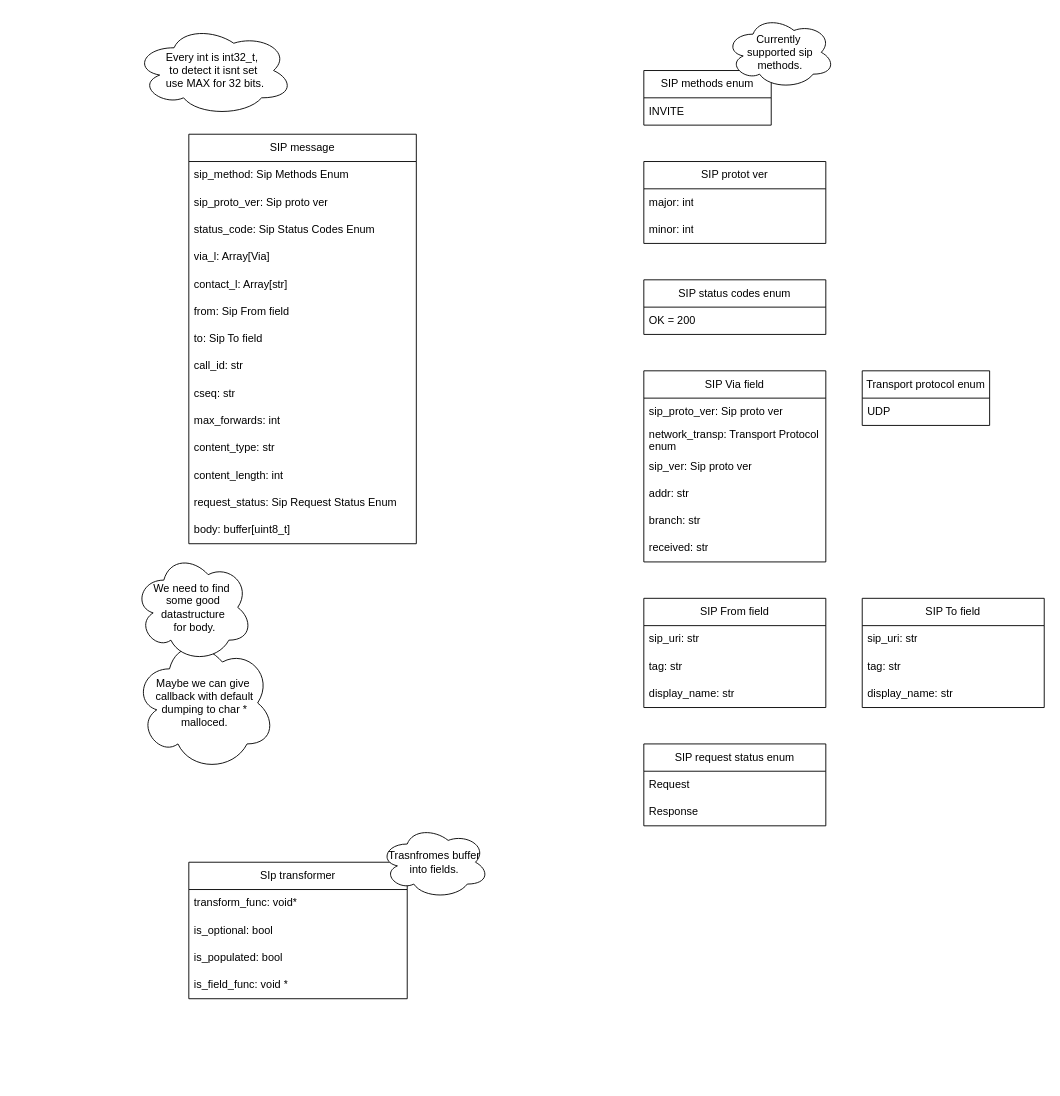
Above: page "Data structures" (1 of 2) of docs/architecture.drawio in KubaTaba1uga/c_minilib_sip_codec (draw.io), before the change. Source tidied: cells renumbered, new cells numbered last; positions are measured from the earlier drawing's top-left corner, leaving out a move shared by most shapes. Both pictures are drawn from the tidied source at 91%, with x=0, y=0 at pixel (134, 15).
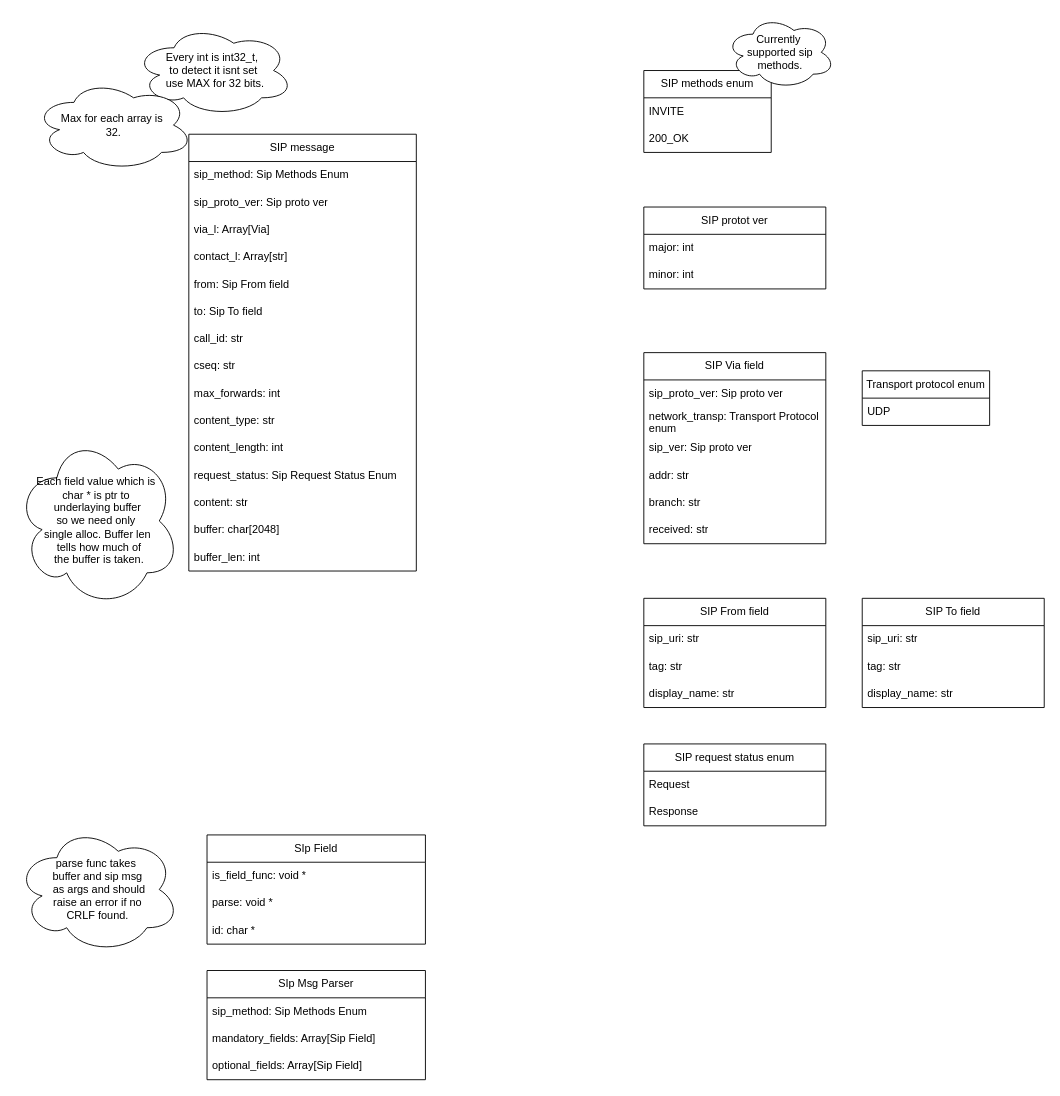
After the change.

Unchanged cells that the change refers to:
```xml
<mxCell id="32" style="group;" parent="1" vertex="1">
  <mxGeometry x="560" width="210" height="120" as="geometry" />
</mxCell>
```

What changed in the source:
```diff
@@
-    <mxCell id="2" value="Maybe we can give&amp;nbsp;&lt;div&gt;callback with default dumping to char *&lt;br&gt;malloced.&lt;/div&gt;" style="ellipse;shape=cloud;whiteSpace=wrap;html=1;" parent="1" vertex="1">
-      <mxGeometry y="680" width="155" height="150" as="geometry" />
-    </mxCell>
     <mxCell id="3" value="SIP message" style="swimlane;fontStyle=0;horizontal=1;startSize=30;whiteSpace=wrap;html=1;" parent="1" vertex="1">
-      <mxGeometry x="60" y="130" width="250" height="450" as="geometry" />
+      <mxGeometry x="60" y="130" width="250" height="480" as="geometry" />
     </mxCell>
@@
-    <mxCell id="6" value="status_code: Sip Status Codes Enum" style="text;strokeColor=none;fillColor=none;align=left;verticalAlign=middle;spacingLeft=4;spacingRight=4;overflow=hidden;whiteSpace=wrap;html=1;" parent="3" vertex="1">
-      <mxGeometry y="90" width="250" height="30" as="geometry" />
-    </mxCell>
     <mxCell id="7" value="via_l: Array[Via]" style="text;strokeColor=none;fillColor=none;align=left;verticalAlign=middle;spacingLeft=4;spacingRight=4;overflow=hidden;whiteSpace=wrap;html=1;" parent="3" vertex="1">
-      <mxGeometry y="120" width="250" height="30" as="geometry" />
+      <mxGeometry y="90" width="250" height="30" as="geometry" />
     </mxCell>
     <mxCell id="8" value="contact_l: Array[str]" style="text;strokeColor=none;fillColor=none;align=left;verticalAlign=middle;spacingLeft=4;spacingRight=4;overflow=hidden;whiteSpace=wrap;html=1;" parent="3" vertex="1">
-      <mxGeometry y="150" width="250" height="30" as="geometry" />
+      <mxGeometry y="120" width="250" height="30" as="geometry" />
     </mxCell>
     <mxCell id="9" value="from: Sip From field" style="text;strokeColor=none;fillColor=none;align=left;verticalAlign=middle;spacingLeft=4;spacingRight=4;overflow=hidden;whiteSpace=wrap;html=1;" parent="3" vertex="1">
-      <mxGeometry y="180" width="250" height="30" as="geometry" />
+      <mxGeometry y="150" width="250" height="30" as="geometry" />
     </mxCell>
     <mxCell id="10" value="to: Sip To field" style="text;strokeColor=none;fillColor=none;align=left;verticalAlign=middle;spacingLeft=4;spacingRight=4;overflow=hidden;whiteSpace=wrap;html=1;" parent="3" vertex="1">
-      <mxGeometry y="210" width="250" height="30" as="geometry" />
+      <mxGeometry y="180" width="250" height="30" as="geometry" />
     </mxCell>
     <mxCell id="11" value="call_id: str" style="text;strokeColor=none;fillColor=none;align=left;verticalAlign=middle;spacingLeft=4;spacingRight=4;overflow=hidden;whiteSpace=wrap;html=1;" parent="3" vertex="1">
-      <mxGeometry y="240" width="250" height="30" as="geometry" />
+      <mxGeometry y="210" width="250" height="30" as="geometry" />
     </mxCell>
     <mxCell id="12" value="cseq: str" style="text;strokeColor=none;fillColor=none;align=left;verticalAlign=middle;spacingLeft=4;spacingRight=4;overflow=hidden;whiteSpace=wrap;html=1;" parent="3" vertex="1">
-      <mxGeometry y="270" width="250" height="30" as="geometry" />
+      <mxGeometry y="240" width="250" height="30" as="geometry" />
     </mxCell>
     <mxCell id="13" value="max_forwards: int" style="text;strokeColor=none;fillColor=none;align=left;verticalAlign=middle;spacingLeft=4;spacingRight=4;overflow=hidden;whiteSpace=wrap;html=1;" parent="3" vertex="1">
-      <mxGeometry y="300" width="250" height="30" as="geometry" />
+      <mxGeometry y="270" width="250" height="30" as="geometry" />
     </mxCell>
     <mxCell id="14" value="content_type: str" style="text;strokeColor=none;fillColor=none;align=left;verticalAlign=middle;spacingLeft=4;spacingRight=4;overflow=hidden;whiteSpace=wrap;html=1;" parent="3" vertex="1">
-      <mxGeometry y="330" width="250" height="30" as="geometry" />
+      <mxGeometry y="300" width="250" height="30" as="geometry" />
     </mxCell>
     <mxCell id="15" value="content_length: int" style="text;strokeColor=none;fillColor=none;align=left;verticalAlign=middle;spacingLeft=4;spacingRight=4;overflow=hidden;whiteSpace=wrap;html=1;" parent="3" vertex="1">
-      <mxGeometry y="360" width="250" height="30" as="geometry" />
+      <mxGeometry y="330" width="250" height="30" as="geometry" />
     </mxCell>
     <mxCell id="16" value="request_status: Sip Request Status Enum" style="text;strokeColor=none;fillColor=none;align=left;verticalAlign=middle;spacingLeft=4;spacingRight=4;overflow=hidden;whiteSpace=wrap;html=1;" parent="3" vertex="1">
-      <mxGeometry y="390" width="250" height="30" as="geometry" />
+      <mxGeometry y="360" width="250" height="30" as="geometry" />
     </mxCell>
+    <mxCell id="55" value="content: str" style="text;strokeColor=none;fillColor=none;align=left;verticalAlign=middle;spacingLeft=4;spacingRight=4;overflow=hidden;whiteSpace=wrap;html=1;" parent="3" vertex="1">
+      <mxGeometry y="390" width="250" height="30" as="geometry" />
+    </mxCell>
-    <mxCell id="17" value="body: buffer[uint8_t]" style="text;strokeColor=none;fillColor=none;align=left;verticalAlign=middle;spacingLeft=4;spacingRight=4;overflow=hidden;whiteSpace=wrap;html=1;" parent="3" vertex="1">
+    <mxCell id="17" value="buffer: char[2048]" style="text;strokeColor=none;fillColor=none;align=left;verticalAlign=middle;spacingLeft=4;spacingRight=4;overflow=hidden;whiteSpace=wrap;html=1;" parent="3" vertex="1">
       <mxGeometry y="420" width="250" height="30" as="geometry" />
     </mxCell>
+    <mxCell id="56" value="buffer_len: int" style="text;strokeColor=none;fillColor=none;align=left;verticalAlign=middle;spacingLeft=4;spacingRight=4;overflow=hidden;whiteSpace=wrap;html=1;" parent="3" vertex="1">
+      <mxGeometry y="450" width="250" height="30" as="geometry" />
+    </mxCell>
     <mxCell id="18" value="SIP protot ver" style="swimlane;fontStyle=0;horizontal=1;startSize=30;whiteSpace=wrap;html=1;" parent="1" vertex="1">
-      <mxGeometry x="560" y="160" width="200" height="90" as="geometry" />
+      <mxGeometry x="560" y="210" width="200" height="90" as="geometry" />
     </mxCell>
@@
-    <mxCell id="21" value="SIP status codes enum" style="swimlane;fontStyle=0;horizontal=1;startSize=30;whiteSpace=wrap;html=1;" parent="1" vertex="1">
-      <mxGeometry x="560" y="290" width="200" height="60" as="geometry" />
-    </mxCell>
-    <mxCell id="22" value="OK = 200" style="text;strokeColor=none;fillColor=none;align=left;verticalAlign=middle;spacingLeft=4;spacingRight=4;overflow=hidden;whiteSpace=wrap;html=1;" parent="21" vertex="1">
-      <mxGeometry y="30" width="200" height="30" as="geometry" />
-    </mxCell>
     <mxCell id="23" value="SIP Via field" style="swimlane;fontStyle=0;horizontal=1;startSize=30;whiteSpace=wrap;html=1;" parent="1" vertex="1">
-      <mxGeometry x="560" y="390" width="200" height="210" as="geometry" />
+      <mxGeometry x="560" y="370" width="200" height="210" as="geometry" />
     </mxCell>
@@
     <mxCell id="33" value="SIP methods enum" style="swimlane;fontStyle=0;horizontal=1;startSize=30;whiteSpace=wrap;html=1;" parent="32" vertex="1">
-      <mxGeometry y="60" width="140" height="60" as="geometry" />
+      <mxGeometry y="60" width="140" height="90" as="geometry" />
     </mxCell>
@@
+    <mxCell id="57" value="200_OK" style="text;strokeColor=none;fillColor=none;align=left;verticalAlign=middle;spacingLeft=4;spacingRight=4;overflow=hidden;whiteSpace=wrap;html=1;" parent="33" vertex="1">
+      <mxGeometry y="60" width="140" height="30" as="geometry" />
+    </mxCell>
@@
-    <mxCell id="48" value="We need to find&amp;nbsp;&lt;div&gt;some good datastructure&lt;/div&gt;&lt;div&gt;&amp;nbsp;for body.&lt;/div&gt;" style="ellipse;shape=cloud;whiteSpace=wrap;html=1;" parent="1" vertex="1">
-      <mxGeometry y="590" width="130" height="120" as="geometry" />
-    </mxCell>
-    <mxCell id="49" value="SIp transformer" style="swimlane;fontStyle=0;horizontal=1;startSize=30;whiteSpace=wrap;html=1;" parent="1" vertex="1">
-      <mxGeometry x="60" y="930" width="240" height="150" as="geometry" />
-    </mxCell>
-    <mxCell id="50" value="transform_func: void*" style="text;strokeColor=none;fillColor=none;align=left;verticalAlign=middle;spacingLeft=4;spacingRight=4;overflow=hidden;whiteSpace=wrap;html=1;" parent="49" vertex="1">
-      <mxGeometry y="30" width="240" height="30" as="geometry" />
-    </mxCell>
-    <mxCell id="51" value="is_optional: bool" style="text;strokeColor=none;fillColor=none;align=left;verticalAlign=middle;spacingLeft=4;spacingRight=4;overflow=hidden;whiteSpace=wrap;html=1;" parent="49" vertex="1">
-      <mxGeometry y="60" width="240" height="30" as="geometry" />
-    </mxCell>
-    <mxCell id="52" value="is_populated: bool" style="text;strokeColor=none;fillColor=none;align=left;verticalAlign=middle;spacingLeft=4;spacingRight=4;overflow=hidden;whiteSpace=wrap;html=1;" parent="49" vertex="1">
-      <mxGeometry y="90" width="240" height="30" as="geometry" />
-    </mxCell>
+    <mxCell id="58" value="SIp Field" style="swimlane;fontStyle=0;horizontal=1;startSize=30;whiteSpace=wrap;html=1;" parent="1" vertex="1">
+      <mxGeometry x="80" y="900" width="240" height="120" as="geometry" />
+    </mxCell>
-    <mxCell id="53" value="is_field_func: void *" style="text;strokeColor=none;fillColor=none;align=left;verticalAlign=middle;spacingLeft=4;spacingRight=4;overflow=hidden;whiteSpace=wrap;html=1;" parent="49" vertex="1">
-      <mxGeometry y="120" width="240" height="30" as="geometry" />
+    <mxCell id="53" value="is_field_func: void *" style="text;strokeColor=none;fillColor=none;align=left;verticalAlign=middle;spacingLeft=4;spacingRight=4;overflow=hidden;whiteSpace=wrap;html=1;" parent="58" vertex="1">
+      <mxGeometry y="30" width="240" height="30" as="geometry" />
     </mxCell>
-    <mxCell id="54" value="Trasnfromes buffer into fields." style="ellipse;shape=cloud;whiteSpace=wrap;html=1;" parent="1" vertex="1">
-      <mxGeometry x="270" y="890" width="120" height="80" as="geometry" />
-    </mxCell>
+    <mxCell id="59" value="parse: void *" style="text;strokeColor=none;fillColor=none;align=left;verticalAlign=middle;spacingLeft=4;spacingRight=4;overflow=hidden;whiteSpace=wrap;html=1;" parent="58" vertex="1">
+      <mxGeometry y="60" width="240" height="30" as="geometry" />
+    </mxCell>
+    <mxCell id="60" value="id: char *" style="text;strokeColor=none;fillColor=none;align=left;verticalAlign=middle;spacingLeft=4;spacingRight=4;overflow=hidden;whiteSpace=wrap;html=1;" parent="58" vertex="1">
+      <mxGeometry y="90" width="240" height="30" as="geometry" />
+    </mxCell>
+    <mxCell id="61" value="parse func takes&amp;nbsp;&lt;div&gt;buffer and sip msg&lt;/div&gt;&lt;div&gt;&amp;nbsp;as args and should&lt;/div&gt;&lt;div&gt;&amp;nbsp;raise an error if no&amp;nbsp;&lt;/div&gt;&lt;div&gt;CRLF found.&lt;/div&gt;" style="ellipse;shape=cloud;whiteSpace=wrap;html=1;" parent="1" vertex="1">
+      <mxGeometry x="-130" y="890" width="180" height="140" as="geometry" />
+    </mxCell>
+    <mxCell id="62" value="SIp Msg Parser" style="swimlane;fontStyle=0;horizontal=1;startSize=30;whiteSpace=wrap;html=1;" parent="1" vertex="1">
+      <mxGeometry x="80" y="1049" width="240" height="120" as="geometry" />
+    </mxCell>
+    <mxCell id="63" value="sip_method: Sip Methods Enum" style="text;strokeColor=none;fillColor=none;align=left;verticalAlign=middle;spacingLeft=4;spacingRight=4;overflow=hidden;whiteSpace=wrap;html=1;" parent="62" vertex="1">
+      <mxGeometry y="30" width="240" height="30" as="geometry" />
+    </mxCell>
+    <mxCell id="64" value="mandatory_fields: Array[Sip Field]" style="text;strokeColor=none;fillColor=none;align=left;verticalAlign=middle;spacingLeft=4;spacingRight=4;overflow=hidden;whiteSpace=wrap;html=1;" parent="62" vertex="1">
+      <mxGeometry y="60" width="240" height="30" as="geometry" />
+    </mxCell>
+    <mxCell id="65" value="optional_fields: Array[Sip Field]" style="text;strokeColor=none;fillColor=none;align=left;verticalAlign=middle;spacingLeft=4;spacingRight=4;overflow=hidden;whiteSpace=wrap;html=1;" parent="62" vertex="1">
+      <mxGeometry y="90" width="240" height="30" as="geometry" />
+    </mxCell>
+    <mxCell id="66" value="Each field value which is&amp;nbsp;&lt;div&gt;char * is ptr to&amp;nbsp;&lt;/div&gt;&lt;div&gt;underlaying&lt;span style=&quot;background-color: transparent; color: light-dark(rgb(0, 0, 0), rgb(255, 255, 255));&quot;&gt;&amp;nbsp;buffer&lt;/span&gt;&lt;/div&gt;&lt;div&gt;&lt;div&gt;so we need only&amp;nbsp;&lt;/div&gt;&lt;div&gt;single alloc. Buffer len&lt;/div&gt;&lt;div&gt;&amp;nbsp;tells how much of&lt;/div&gt;&lt;div&gt;&amp;nbsp;the buffer is taken.&lt;/div&gt;&lt;/div&gt;" style="ellipse;shape=cloud;whiteSpace=wrap;html=1;" parent="1" vertex="1">
+      <mxGeometry x="-130" y="460" width="180" height="190" as="geometry" />
+    </mxCell>
+    <mxCell id="67" value="Max for each array is&amp;nbsp;&lt;div&gt;32.&lt;/div&gt;" style="ellipse;shape=cloud;whiteSpace=wrap;html=1;" parent="1" vertex="1">
+      <mxGeometry x="-110" y="70" width="175" height="100" as="geometry" />
+    </mxCell>
```
